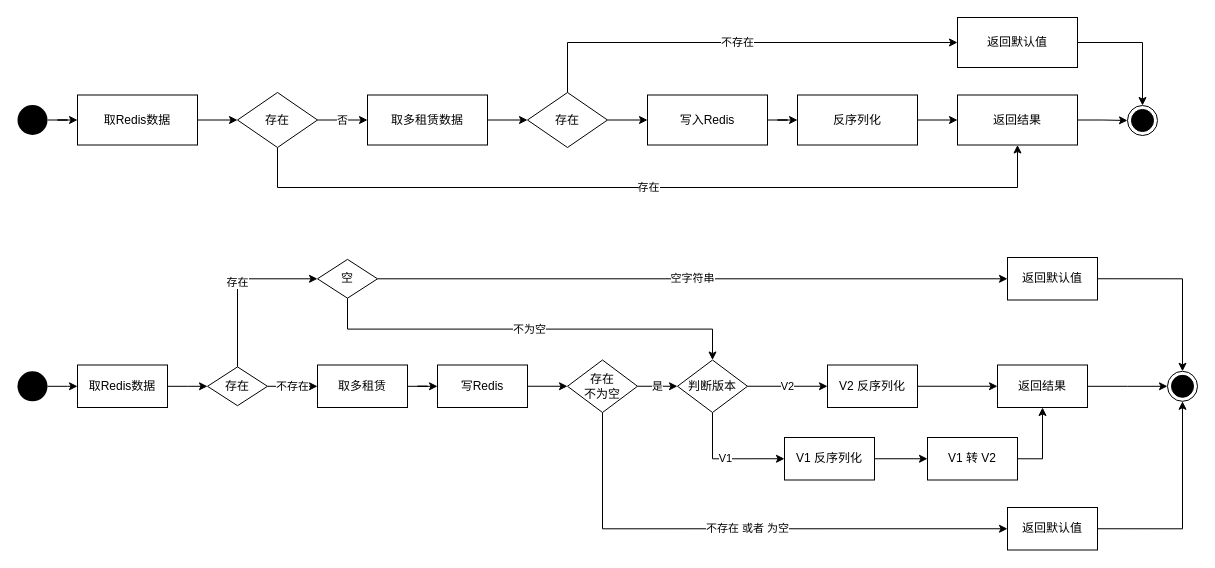
The draw.io diagram 人才有效期设置.drawio in Lucas20029/MyDiagrams, before the edit. Source tidied: cells renumbered, new cells numbered last; positions are measured from the earlier drawing's top-left corner, leaving out a move shared by most shapes. Both pictures are drawn from the tidied source at 100%, with x=0, y=0 at pixel (17, 17).
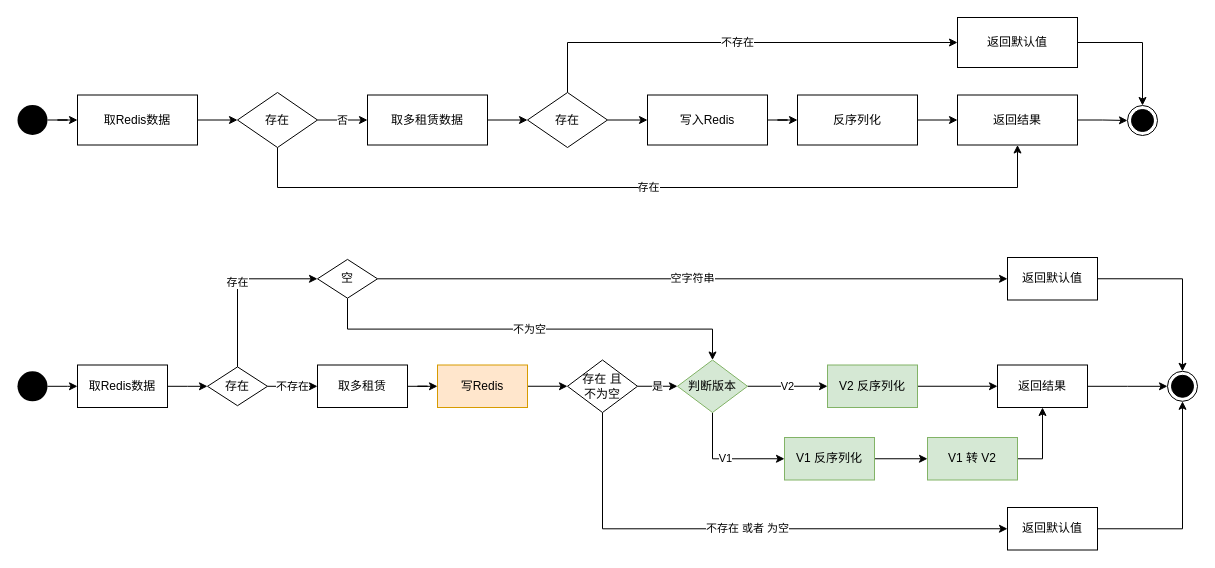
After the change.

Commit message (it also covers changes not shown here):
Update 人才有效期设置.drawio

What changed in the source:
```diff
@@
-    <mxCell id="33" value="写Redis" style="rounded=0;whiteSpace=wrap;html=1;" parent="1" vertex="1">
+    <mxCell id="33" value="写Redis" style="rounded=0;whiteSpace=wrap;html=1;fillColor=#ffe6cc;strokeColor=#d79b00;" parent="1" vertex="1">
       <mxGeometry x="420" y="347.5" width="90" height="42.5" as="geometry" />
     </mxCell>
@@
-    <mxCell id="36" value="存在&lt;br&gt;不为空" style="rhombus;whiteSpace=wrap;html=1;" parent="1" vertex="1">
+    <mxCell id="36" value="存在 且&lt;br&gt;不为空" style="rhombus;whiteSpace=wrap;html=1;" parent="1" vertex="1">
       <mxGeometry x="550" y="342.5" width="70" height="52.5" as="geometry" />
     </mxCell>
@@
-    <mxCell id="39" value="判断版本" style="rhombus;whiteSpace=wrap;html=1;" parent="1" vertex="1">
+    <mxCell id="39" value="判断版本" style="rhombus;whiteSpace=wrap;html=1;fillColor=#d5e8d4;strokeColor=#82b366;" parent="1" vertex="1">
       <mxGeometry x="660" y="342.5" width="70" height="52.5" as="geometry" />
     </mxCell>
@@
-    <mxCell id="41" value="V2 反序列化" style="rounded=0;whiteSpace=wrap;html=1;" parent="1" vertex="1">
+    <mxCell id="41" value="V2 反序列化" style="rounded=0;whiteSpace=wrap;html=1;fillColor=#d5e8d4;strokeColor=#82b366;" parent="1" vertex="1">
       <mxGeometry x="810" y="347.5" width="90" height="42.5" as="geometry" />
     </mxCell>
@@
-    <mxCell id="51" value="V1 反序列化" style="rounded=0;whiteSpace=wrap;html=1;" parent="1" vertex="1">
+    <mxCell id="51" value="V1 反序列化" style="rounded=0;whiteSpace=wrap;html=1;fillColor=#d5e8d4;strokeColor=#82b366;" parent="1" vertex="1">
       <mxGeometry x="767" y="420" width="90" height="42.5" as="geometry" />
     </mxCell>
@@
-    <mxCell id="53" value="V1 转 V2" style="rounded=0;whiteSpace=wrap;html=1;" parent="1" vertex="1">
+    <mxCell id="53" value="V1 转 V2" style="rounded=0;whiteSpace=wrap;html=1;fillColor=#d5e8d4;strokeColor=#82b366;" parent="1" vertex="1">
       <mxGeometry x="910" y="420" width="90" height="42.5" as="geometry" />
     </mxCell>
```
